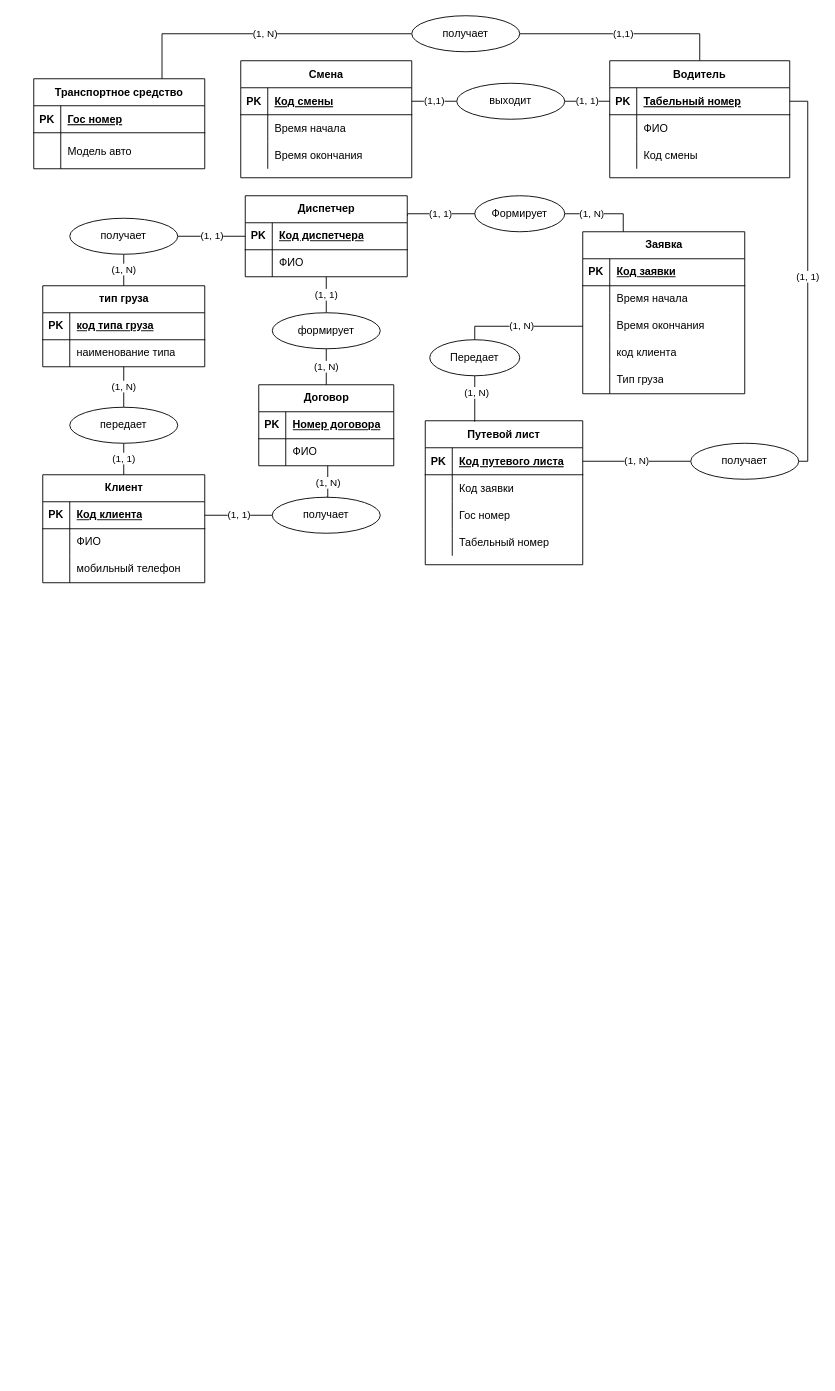
This is Диаграмма без названия2.drawio from psihioga/Sendsay_test_exercise, a draw.io file, before an edit. Source tidied: cells renumbered, new cells numbered last; positions are measured from the earlier drawing's top-left corner, leaving out a move shared by most shapes. Both pictures are drawn from the tidied source at 90%, with x=0, y=0 at pixel (33, 15).
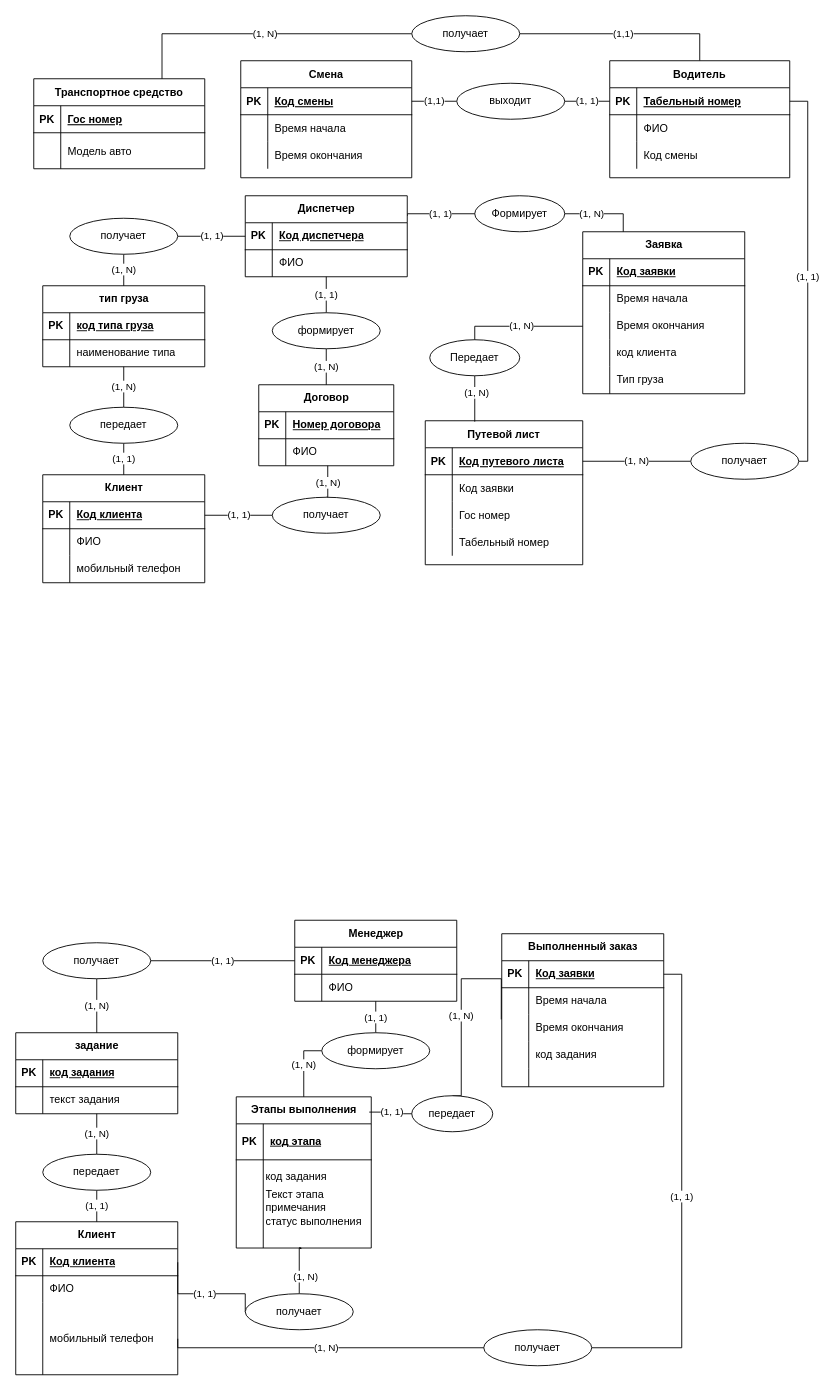
Above is the later version.

The edit, as a diff of the source:
```diff
@@
+    <mxCell id="118" value="задание" style="shape=table;startSize=30;childLayout=tableLayout;rowLines=0;fontStyle=1;align=center;html=1;" parent="1" vertex="1">
+      <mxGeometry x="-20" y="1130" width="180" height="90" as="geometry" />
+    </mxCell>
+    <mxCell id="119" style="shape=tableRow;horizontal=0;startSize=0;swimlaneHead=0;swimlaneBody=0;fillColor=none;top=0;left=0;right=0;bottom=1;" parent="118" vertex="1">
+      <mxGeometry y="30" width="180" height="30" as="geometry" />
+    </mxCell>
+    <mxCell id="120" value="PK" style="shape=partialRectangle;fillColor=none;top=0;left=0;bottom=0;right=0;fontStyle=1;overflow=hidden;whiteSpace=wrap;html=1;" parent="119" vertex="1">
+      <mxGeometry width="30" height="30" as="geometry" />
+    </mxCell>
+    <mxCell id="121" value="код задания" style="shape=partialRectangle;fillColor=none;top=0;left=0;bottom=0;right=0;align=left;spacingLeft=6;fontStyle=5;overflow=hidden;whiteSpace=wrap;html=1;" parent="119" vertex="1">
+      <mxGeometry x="30" width="150" height="30" as="geometry" />
+    </mxCell>
+    <mxCell id="122" style="shape=tableRow;horizontal=0;startSize=0;swimlaneHead=0;swimlaneBody=0;fillColor=none;points=[[0,0.5],[1,0.5]];portConstraint=eastwest;top=0;left=0;right=0;bottom=0;" parent="118" vertex="1">
+      <mxGeometry y="60" width="180" height="30" as="geometry" />
+    </mxCell>
+    <mxCell id="123" style="shape=partialRectangle;fillColor=none;top=0;left=0;bottom=0;right=0;overflow=hidden;whiteSpace=wrap;html=1;" parent="122" vertex="1">
+      <mxGeometry width="30" height="30" as="geometry" />
+    </mxCell>
+    <mxCell id="124" value="текст задания" style="shape=partialRectangle;fillColor=none;top=0;left=0;bottom=0;right=0;align=left;spacingLeft=6;overflow=hidden;whiteSpace=wrap;html=1;" parent="122" vertex="1">
+      <mxGeometry x="30" width="150" height="30" as="geometry" />
+    </mxCell>
+    <mxCell id="125" value="Выполненный заказ" style="shape=table;startSize=30;childLayout=tableLayout;rowLines=0;fontStyle=1;align=center;html=1;" parent="1" vertex="1">
+      <mxGeometry x="520" y="1020" width="180" height="170" as="geometry" />
+    </mxCell>
+    <mxCell id="126" style="shape=tableRow;horizontal=0;startSize=0;swimlaneHead=0;swimlaneBody=0;fillColor=none;points=[[0,0.5],[1,0.5]];portConstraint=eastwest;top=0;left=0;right=0;bottom=1;" parent="125" vertex="1">
+      <mxGeometry y="30" width="180" height="30" as="geometry" />
+    </mxCell>
+    <mxCell id="127" value="PK" style="shape=partialRectangle;fillColor=none;top=0;left=0;bottom=0;right=0;fontStyle=1;overflow=hidden;whiteSpace=wrap;html=1;" parent="126" vertex="1">
+      <mxGeometry width="30" height="30" as="geometry" />
+    </mxCell>
+    <mxCell id="128" value="Код заявки" style="shape=partialRectangle;fillColor=none;top=0;left=0;bottom=0;right=0;align=left;spacingLeft=6;fontStyle=5;overflow=hidden;whiteSpace=wrap;html=1;" parent="126" vertex="1">
+      <mxGeometry x="30" width="150" height="30" as="geometry" />
+    </mxCell>
+    <mxCell id="129" style="shape=tableRow;horizontal=0;startSize=0;swimlaneHead=0;swimlaneBody=0;fillColor=none;top=0;left=0;right=0;bottom=0;" parent="125" vertex="1">
+      <mxGeometry y="60" width="180" height="30" as="geometry" />
+    </mxCell>
+    <mxCell id="130" style="shape=partialRectangle;fillColor=none;top=0;left=0;bottom=0;right=0;overflow=hidden;whiteSpace=wrap;html=1;" parent="129" vertex="1">
+      <mxGeometry width="30" height="30" as="geometry" />
+    </mxCell>
+    <mxCell id="131" value="Время начала" style="shape=partialRectangle;fillColor=none;top=0;left=0;bottom=0;right=0;align=left;spacingLeft=6;overflow=hidden;whiteSpace=wrap;html=1;" parent="129" vertex="1">
+      <mxGeometry x="30" width="150" height="30" as="geometry" />
+    </mxCell>
+    <mxCell id="132" style="shape=tableRow;horizontal=0;startSize=0;swimlaneHead=0;swimlaneBody=0;fillColor=none;points=[[0,0.5],[1,0.5]];portConstraint=eastwest;top=0;left=0;right=0;bottom=0;" parent="125" vertex="1">
+      <mxGeometry y="90" width="180" height="30" as="geometry" />
+    </mxCell>
+    <mxCell id="133" style="shape=partialRectangle;fillColor=none;top=0;left=0;bottom=0;right=0;overflow=hidden;whiteSpace=wrap;html=1;" parent="132" vertex="1">
+      <mxGeometry width="30" height="30" as="geometry" />
+    </mxCell>
+    <mxCell id="134" value="Время окончания" style="shape=partialRectangle;fillColor=none;top=0;left=0;bottom=0;right=0;align=left;spacingLeft=6;overflow=hidden;whiteSpace=wrap;html=1;" parent="132" vertex="1">
+      <mxGeometry x="30" width="150" height="30" as="geometry" />
+    </mxCell>
+    <mxCell id="135" style="shape=tableRow;horizontal=0;startSize=0;swimlaneHead=0;swimlaneBody=0;fillColor=none;top=0;left=0;right=0;bottom=0;" parent="125" vertex="1">
+      <mxGeometry y="120" width="180" height="30" as="geometry" />
+    </mxCell>
+    <mxCell id="136" style="shape=partialRectangle;fillColor=none;top=0;left=0;bottom=0;right=0;overflow=hidden;whiteSpace=wrap;html=1;" parent="135" vertex="1">
+      <mxGeometry width="30" height="30" as="geometry" />
+    </mxCell>
+    <mxCell id="137" value="код задания" style="shape=partialRectangle;fillColor=none;top=0;left=0;bottom=0;right=0;align=left;spacingLeft=6;overflow=hidden;whiteSpace=wrap;html=1;" parent="135" vertex="1">
+      <mxGeometry x="30" width="150" height="30" as="geometry" />
+    </mxCell>
+    <mxCell id="138" style="shape=tableRow;horizontal=0;startSize=0;swimlaneHead=0;swimlaneBody=0;fillColor=none;top=0;left=0;right=0;bottom=0;" parent="125" vertex="1">
+      <mxGeometry y="150" width="180" height="20" as="geometry" />
+    </mxCell>
+    <mxCell id="139" style="shape=partialRectangle;fillColor=none;top=0;left=0;bottom=0;right=0;overflow=hidden;whiteSpace=wrap;html=1;" parent="138" vertex="1">
+      <mxGeometry width="30" height="20" as="geometry" />
+    </mxCell>
+    <mxCell id="140" style="shape=partialRectangle;fillColor=none;top=0;left=0;bottom=0;right=0;align=left;spacingLeft=6;overflow=hidden;whiteSpace=wrap;html=1;" parent="138" vertex="1">
+      <mxGeometry x="30" width="150" height="20" as="geometry" />
+    </mxCell>
+    <mxCell id="141" value="Клиент" style="shape=table;startSize=30;childLayout=tableLayout;rowLines=0;fontStyle=1;align=center;html=1;" parent="1" vertex="1">
+      <mxGeometry x="-20" y="1340" width="180" height="170" as="geometry" />
+    </mxCell>
+    <mxCell id="142" style="shape=tableRow;horizontal=0;startSize=0;swimlaneHead=0;swimlaneBody=0;fillColor=none;points=[[0,0.5],[1,0.5]];portConstraint=eastwest;top=0;left=0;right=0;bottom=1;" parent="141" vertex="1">
+      <mxGeometry y="30" width="180" height="30" as="geometry" />
+    </mxCell>
+    <mxCell id="143" value="PK" style="shape=partialRectangle;fillColor=none;top=0;left=0;bottom=0;right=0;fontStyle=1;overflow=hidden;whiteSpace=wrap;html=1;" parent="142" vertex="1">
+      <mxGeometry width="30" height="30" as="geometry" />
+    </mxCell>
+    <mxCell id="144" value="Код клиента" style="shape=partialRectangle;fillColor=none;top=0;left=0;bottom=0;right=0;align=left;spacingLeft=6;fontStyle=5;overflow=hidden;whiteSpace=wrap;html=1;" parent="142" vertex="1">
+      <mxGeometry x="30" width="150" height="30" as="geometry" />
+    </mxCell>
+    <mxCell id="145" style="shape=tableRow;horizontal=0;startSize=0;swimlaneHead=0;swimlaneBody=0;fillColor=none;top=0;left=0;right=0;bottom=0;" parent="141" vertex="1">
+      <mxGeometry y="60" width="180" height="30" as="geometry" />
+    </mxCell>
+    <mxCell id="146" style="shape=partialRectangle;fillColor=none;top=0;left=0;bottom=0;right=0;overflow=hidden;whiteSpace=wrap;html=1;" parent="145" vertex="1">
+      <mxGeometry width="30" height="30" as="geometry" />
+    </mxCell>
+    <mxCell id="147" value="ФИО" style="shape=partialRectangle;fillColor=none;top=0;left=0;bottom=0;right=0;align=left;spacingLeft=6;overflow=hidden;whiteSpace=wrap;html=1;" parent="145" vertex="1">
+      <mxGeometry x="30" width="150" height="30" as="geometry" />
+    </mxCell>
+    <mxCell id="148" style="shape=tableRow;horizontal=0;startSize=0;swimlaneHead=0;swimlaneBody=0;fillColor=none;points=[[0,0.5],[1,0.5]];portConstraint=eastwest;top=0;left=0;right=0;bottom=0;" parent="141" vertex="1">
+      <mxGeometry y="90" width="180" height="80" as="geometry" />
+    </mxCell>
+    <mxCell id="149" style="shape=partialRectangle;fillColor=none;top=0;left=0;bottom=0;right=0;overflow=hidden;whiteSpace=wrap;html=1;" parent="148" vertex="1">
+      <mxGeometry width="30" height="80" as="geometry" />
+    </mxCell>
+    <mxCell id="150" value="мобильный телефон" style="shape=partialRectangle;fillColor=none;top=0;left=0;bottom=0;right=0;align=left;spacingLeft=6;overflow=hidden;whiteSpace=wrap;html=1;" parent="148" vertex="1">
+      <mxGeometry x="30" width="150" height="80" as="geometry" />
+    </mxCell>
+    <mxCell id="151" style="edgeStyle=orthogonalEdgeStyle;rounded=0;jettySize=auto;html=1;entryX=-0.003;entryY=0.174;entryDx=0;entryDy=0;endArrow=none;endFill=0;entryPerimeter=0;exitX=0.5;exitY=0;exitDx=0;exitDy=0;" parent="1" edge="1" source="153" target="132">
+      <mxGeometry relative="1" as="geometry">
+        <Array as="points">
+          <mxPoint x="475" y="1070" />
+          <mxPoint x="520" y="1070" />
+        </Array>
+      </mxGeometry>
+    </mxCell>
+    <mxCell id="152" value="(1, N)" style="edgeLabel;html=1;align=center;verticalAlign=middle;" parent="151" vertex="1">
+      <mxGeometry x="-0.31" y="1" relative="1" as="geometry">
+        <mxPoint y="-21" as="offset" />
+      </mxGeometry>
+    </mxCell>
+    <mxCell id="153" value="передает" style="ellipse;whiteSpace=wrap;html=1;align=center;" parent="1" vertex="1">
+      <mxGeometry x="420" y="1200" width="90" height="40" as="geometry" />
+    </mxCell>
+    <mxCell id="154" value="Этапы выполнения" style="shape=table;startSize=30;childLayout=tableLayout;rowLines=0;fontStyle=1;align=center;html=1;" parent="1" vertex="1">
+      <mxGeometry x="225" y="1201.2" width="150" height="168" as="geometry" />
+    </mxCell>
+    <mxCell id="155" style="shape=tableRow;horizontal=0;startSize=0;swimlaneHead=0;swimlaneBody=0;fillColor=none;top=0;left=0;right=0;bottom=1;" parent="154" vertex="1">
+      <mxGeometry y="30" width="150" height="40" as="geometry" />
+    </mxCell>
+    <mxCell id="156" value="PK" style="shape=partialRectangle;fillColor=none;top=0;left=0;bottom=0;right=0;fontStyle=1;overflow=hidden;whiteSpace=wrap;html=1;" parent="155" vertex="1">
+      <mxGeometry width="30" height="40" as="geometry" />
+    </mxCell>
+    <mxCell id="157" value="код этапа" style="shape=partialRectangle;fillColor=none;top=0;left=0;bottom=0;right=0;align=left;spacingLeft=6;fontStyle=5;overflow=hidden;whiteSpace=wrap;html=1;" parent="155" vertex="1">
+      <mxGeometry x="30" width="120" height="40" as="geometry" />
+    </mxCell>
+    <mxCell id="158" style="shape=tableRow;horizontal=0;startSize=0;swimlaneHead=0;swimlaneBody=0;fillColor=none;top=0;left=0;right=0;bottom=0;" parent="154" vertex="1">
+      <mxGeometry y="70" width="150" height="98" as="geometry" />
+    </mxCell>
+    <mxCell id="159" style="shape=partialRectangle;fillColor=none;top=0;left=0;bottom=0;right=0;overflow=hidden;whiteSpace=wrap;html=1;" parent="158" vertex="1">
+      <mxGeometry width="30" height="98" as="geometry" />
+    </mxCell>
+    <mxCell id="160" style="shape=partialRectangle;fillColor=none;top=0;left=0;bottom=0;right=0;align=left;spacingLeft=6;overflow=hidden;whiteSpace=wrap;html=1;" parent="158" vertex="1">
+      <mxGeometry x="30" width="120" height="98" as="geometry" />
+    </mxCell>
+    <mxCell id="161" value="(1, 1)" style="edgeStyle=orthogonalEdgeStyle;rounded=0;jettySize=auto;html=1;entryX=0;entryY=0.5;entryDx=0;entryDy=0;endArrow=none;endFill=0;exitX=0.985;exitY=0.101;exitDx=0;exitDy=0;exitPerimeter=0;" parent="1" edge="1" source="154" target="153">
+      <mxGeometry relative="1" as="geometry" />
+    </mxCell>
+    <mxCell id="162" value="Менеджер" style="shape=table;startSize=30;childLayout=tableLayout;rowLines=0;fontStyle=1;align=center;html=1;" parent="1" vertex="1">
+      <mxGeometry x="290" y="1005" width="180" height="90" as="geometry" />
+    </mxCell>
+    <mxCell id="163" style="shape=tableRow;horizontal=0;startSize=0;swimlaneHead=0;swimlaneBody=0;fillColor=none;points=[[0,0.5],[1,0.5]];portConstraint=eastwest;top=0;left=0;right=0;bottom=1;" parent="162" vertex="1">
+      <mxGeometry y="30" width="180" height="30" as="geometry" />
+    </mxCell>
+    <mxCell id="164" value="PK" style="shape=partialRectangle;fillColor=none;top=0;left=0;bottom=0;right=0;fontStyle=1;overflow=hidden;whiteSpace=wrap;html=1;" parent="163" vertex="1">
+      <mxGeometry width="30" height="30" as="geometry" />
+    </mxCell>
+    <mxCell id="165" value="Код менеджера" style="shape=partialRectangle;fillColor=none;top=0;left=0;bottom=0;right=0;align=left;spacingLeft=6;fontStyle=5;overflow=hidden;whiteSpace=wrap;html=1;" parent="163" vertex="1">
+      <mxGeometry x="30" width="150" height="30" as="geometry" />
+    </mxCell>
+    <mxCell id="166" style="shape=tableRow;horizontal=0;startSize=0;swimlaneHead=0;swimlaneBody=0;fillColor=none;points=[[0,0.5],[1,0.5]];portConstraint=eastwest;top=0;left=0;right=0;bottom=0;" parent="162" vertex="1">
+      <mxGeometry y="60" width="180" height="30" as="geometry" />
+    </mxCell>
+    <mxCell id="167" style="shape=partialRectangle;fillColor=none;top=0;left=0;bottom=0;right=0;overflow=hidden;whiteSpace=wrap;html=1;" parent="166" vertex="1">
+      <mxGeometry width="30" height="30" as="geometry" />
+    </mxCell>
+    <mxCell id="168" value="ФИО" style="shape=partialRectangle;fillColor=none;top=0;left=0;bottom=0;right=0;align=left;spacingLeft=6;overflow=hidden;whiteSpace=wrap;html=1;" parent="166" vertex="1">
+      <mxGeometry x="30" width="150" height="30" as="geometry" />
+    </mxCell>
+    <mxCell id="169" value="(1, N)" style="endArrow=none;html=1;rounded=0;entryX=0.5;entryY=0;entryDx=0;entryDy=0;exitX=0;exitY=0.5;exitDx=0;exitDy=0;" parent="1" edge="1" source="178" target="154">
+      <mxGeometry x="0.02" relative="1" as="geometry">
+        <Array as="points">
+          <mxPoint x="300" y="1150" />
+          <mxPoint x="300" y="1170" />
+        </Array>
+      </mxGeometry>
+    </mxCell>
+    <mxCell id="170" value="(1, N)" style="edgeStyle=orthogonalEdgeStyle;rounded=0;jettySize=auto;html=1;exitX=0.5;exitY=0;exitDx=0;exitDy=0;endArrow=none;endFill=0;" parent="1" edge="1" source="173">
+      <mxGeometry x="-0.34" y="-7" relative="1" as="geometry">
+        <mxPoint x="295" y="1369" as="targetPoint" />
+        <Array as="points">
+          <mxPoint x="295" y="1369" />
+          <mxPoint x="297" y="1369" />
+          <mxPoint x="297" y="1370" />
+          <mxPoint x="295" y="1370" />
+        </Array>
+      </mxGeometry>
+    </mxCell>
+    <mxCell id="171" value="(1, 1)" style="endArrow=none;html=1;rounded=0;exitX=1;exitY=0.5;exitDx=0;exitDy=0;entryX=0;entryY=0.5;entryDx=0;entryDy=0;" parent="1" edge="1" source="180" target="163">
+      <mxGeometry relative="1" as="geometry" />
+    </mxCell>
+    <mxCell id="172" value="(1, 1)" style="edgeStyle=orthogonalEdgeStyle;rounded=0;jettySize=auto;html=1;exitX=1;exitY=0.5;exitDx=0;exitDy=0;entryX=0;entryY=0.5;entryDx=0;entryDy=0;endArrow=none;endFill=0;" parent="1" edge="1" source="142" target="173">
+      <mxGeometry relative="1" as="geometry">
+        <Array as="points">
+          <mxPoint x="160" y="1420" />
+          <mxPoint x="235" y="1420" />
+        </Array>
+      </mxGeometry>
+    </mxCell>
+    <mxCell id="173" value="получает" style="ellipse;whiteSpace=wrap;html=1;" parent="1" vertex="1">
+      <mxGeometry x="235" y="1420" width="120" height="40" as="geometry" />
+    </mxCell>
+    <mxCell id="174" value="(1, N)" style="endArrow=none;html=1;rounded=0;exitX=0.5;exitY=0;exitDx=0;exitDy=0;" parent="1" edge="1" source="176" target="122">
+      <mxGeometry relative="1" as="geometry" />
+    </mxCell>
+    <mxCell id="175" value="(1, 1)" style="endArrow=none;html=1;rounded=0;exitX=0.5;exitY=0;exitDx=0;exitDy=0;entryX=0.5;entryY=1;entryDx=0;entryDy=0;" parent="1" edge="1" source="141" target="176">
+      <mxGeometry relative="1" as="geometry" />
+    </mxCell>
+    <mxCell id="176" value="передает" style="ellipse;whiteSpace=wrap;html=1;" parent="1" vertex="1">
+      <mxGeometry x="10" y="1265" width="120" height="40" as="geometry" />
+    </mxCell>
+    <mxCell id="177" value="(1, 1)" style="endArrow=none;html=1;rounded=0;entryX=0.5;entryY=0;entryDx=0;entryDy=0;" parent="1" edge="1" source="166" target="178">
+      <mxGeometry relative="1" as="geometry" />
+    </mxCell>
+    <mxCell id="178" value="формирует" style="ellipse;whiteSpace=wrap;html=1;" parent="1" vertex="1">
+      <mxGeometry x="320" y="1130" width="120" height="40" as="geometry" />
+    </mxCell>
+    <mxCell id="179" value="(1, N)" style="endArrow=none;html=1;rounded=0;exitX=0.5;exitY=0;exitDx=0;exitDy=0;entryX=0.5;entryY=1;entryDx=0;entryDy=0;" parent="1" edge="1" source="118" target="180">
+      <mxGeometry relative="1" as="geometry" />
+    </mxCell>
+    <mxCell id="180" value="получает" style="ellipse;whiteSpace=wrap;html=1;" parent="1" vertex="1">
+      <mxGeometry x="10" y="1030" width="120" height="40" as="geometry" />
+    </mxCell>
+    <mxCell id="181" value="(1, 1)" style="edgeStyle=orthogonalEdgeStyle;rounded=0;jettySize=auto;html=1;entryX=1;entryY=0.5;entryDx=0;entryDy=0;endArrow=none;endFill=0;exitX=1;exitY=0.5;exitDx=0;exitDy=0;" parent="1" edge="1" source="182" target="126">
+      <mxGeometry relative="1" as="geometry">
+        <Array as="points">
+          <mxPoint x="720" y="1480" />
+          <mxPoint x="720" y="1065" />
+        </Array>
+      </mxGeometry>
+    </mxCell>
+    <mxCell id="182" value="получает" style="ellipse;whiteSpace=wrap;html=1;" parent="1" vertex="1">
+      <mxGeometry x="500" y="1460" width="120" height="40" as="geometry" />
+    </mxCell>
+    <mxCell id="183" value="(1, N)" style="edgeStyle=orthogonalEdgeStyle;rounded=0;jettySize=auto;html=1;exitX=1;exitY=0.5;exitDx=0;exitDy=0;entryX=0;entryY=0.5;entryDx=0;entryDy=0;endArrow=none;endFill=0;" parent="1" edge="1" source="148" target="182">
+      <mxGeometry relative="1" as="geometry">
+        <Array as="points">
+          <mxPoint x="160" y="1480" />
+        </Array>
+      </mxGeometry>
+    </mxCell>
+    <mxCell id="184" value="код задания" style="shape=partialRectangle;fillColor=none;top=0;left=0;bottom=0;right=0;align=left;spacingLeft=6;overflow=hidden;whiteSpace=wrap;html=1;" parent="1" vertex="1">
+      <mxGeometry x="250" y="1275" width="115" height="30" as="geometry" />
+    </mxCell>
+    <mxCell id="185" value="статус выполнения" style="shape=partialRectangle;fillColor=none;top=0;left=0;bottom=0;right=0;align=left;spacingLeft=6;overflow=hidden;whiteSpace=wrap;html=1;" parent="1" vertex="1">
+      <mxGeometry x="250" y="1325" width="150" height="30" as="geometry" />
+    </mxCell>
+    <mxCell id="186" value="Текст этапа" style="shape=partialRectangle;fillColor=none;top=0;left=0;bottom=0;right=0;align=left;spacingLeft=6;overflow=hidden;whiteSpace=wrap;html=1;" parent="1" vertex="1">
+      <mxGeometry x="250" y="1295" width="150" height="30" as="geometry" />
+    </mxCell>
+    <mxCell id="187" value="примечания" style="shape=partialRectangle;fillColor=none;top=0;left=0;bottom=0;right=0;align=left;spacingLeft=6;overflow=hidden;whiteSpace=wrap;html=1;" parent="1" vertex="1">
+      <mxGeometry x="250" y="1310" width="150" height="30" as="geometry" />
+    </mxCell>
```
